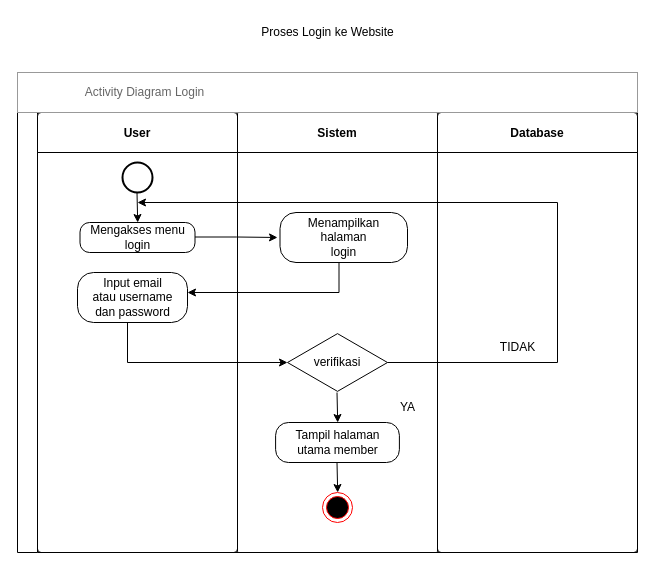
Earlier version of the draw.io diagram page "Page-14" (35 of 64) of Untitled Diagram.drawio (Jeremia0910/SJSI). Source tidied: cells renumbered, new cells numbered last; positions are measured from the earlier drawing's top-left corner, leaving out a move shared by most shapes. Both pictures are drawn from the tidied source at 100%, with x=0, y=0 at pixel (17, 17).
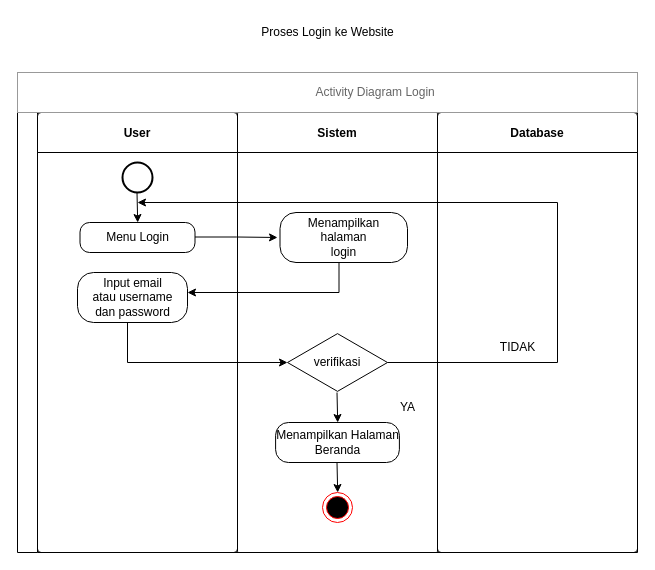
After the change.

Unchanged cells that the change refers to:
```xml
<mxCell id="3" value="User" style="swimlane;startSize=40;rounded=1;arcSize=3;" parent="2" vertex="1">
  <mxGeometry x="20" width="200" height="440" as="geometry" />
</mxCell>
<mxCell id="8" value="Sistem" style="swimlane;startSize=40;rounded=1;arcSize=1;" parent="2" vertex="1">
  <mxGeometry x="220" width="200" height="440" as="geometry" />
</mxCell>
```

The edit, as a diff of the source:
```diff
@@
-    <mxCell id="6" value="&lt;div&gt;Mengakses menu&lt;/div&gt;&lt;div&gt;login&lt;br&gt;&lt;/div&gt;" style="html=1;dashed=0;whitespace=wrap;rounded=1;arcSize=32;" parent="3" vertex="1">
+    <mxCell id="6" value="Menu Login" style="html=1;dashed=0;whitespace=wrap;rounded=1;arcSize=32;" parent="3" vertex="1">
       <mxGeometry x="42.5" y="110" width="115" height="30" as="geometry" />
     </mxCell>
@@
-    <mxCell id="16" value="&lt;div&gt;Tampil halaman &lt;br&gt;&lt;/div&gt;&lt;div&gt;utama member&lt;br&gt;&lt;/div&gt;" style="html=1;dashed=0;whitespace=wrap;rounded=1;arcSize=32;" parent="8" vertex="1">
+    <mxCell id="16" value="&lt;div&gt;Menampilkan Halaman&lt;/div&gt;&lt;div&gt;Beranda&lt;br&gt;&lt;/div&gt;" style="html=1;dashed=0;whitespace=wrap;rounded=1;arcSize=32;" parent="8" vertex="1">
       <mxGeometry x="38.1" y="310" width="123.8" height="40" as="geometry" />
     </mxCell>
@@
-    <mxCell id="22" value="&lt;span style=&quot;white-space: pre;&quot;&gt; &lt;/span&gt;&lt;span style=&quot;white-space: pre;&quot;&gt; &lt;/span&gt;&lt;span style=&quot;white-space: pre;&quot;&gt; &lt;/span&gt;&lt;span style=&quot;white-space: pre;&quot;&gt; &lt;/span&gt;&lt;span style=&quot;white-space: pre;&quot;&gt; &lt;/span&gt;&lt;span style=&quot;white-space: pre;&quot;&gt; &lt;/span&gt;&lt;span style=&quot;white-space: pre;&quot;&gt; &lt;/span&gt;&lt;span style=&quot;white-space: pre;&quot;&gt; &lt;/span&gt;&lt;span style=&quot;white-space: pre;&quot;&gt; &lt;/span&gt;&lt;span style=&quot;white-space: pre;&quot;&gt; &lt;span style=&quot;white-space: pre;&quot;&gt; &lt;/span&gt;&lt;span style=&quot;white-space: pre;&quot;&gt; &lt;/span&gt;&lt;span style=&quot;white-space: pre;&quot;&gt; &lt;/span&gt;&lt;span style=&quot;white-space: pre;&quot;&gt; &lt;/span&gt;&lt;span style=&quot;white-space: pre;&quot;&gt; &lt;/span&gt;&lt;span style=&quot;white-space: pre;&quot;&gt; &lt;/span&gt;&lt;span style=&quot;white-space: pre;&quot;&gt; &lt;/span&gt;&lt;span style=&quot;white-space: pre;&quot;&gt; &lt;/span&gt;&lt;span style=&quot;white-space: pre;&quot;&gt; &lt;/span&gt;&lt;/span&gt;Activity Diagram Login" style="strokeWidth=1;shadow=0;dashed=0;align=center;html=1;shape=mxgraph.mockup.forms.rrect;fillColor=#ffffff;rSize=0;fontColor=#666666;align=left;spacingLeft=3;strokeColor=#999999;" parent="1" vertex="1">
+    <mxCell id="22" value="&lt;div align=&quot;center&quot;&gt;&lt;span style=&quot;white-space: pre;&quot;&gt; &lt;/span&gt;&lt;span style=&quot;white-space: pre;&quot;&gt; &lt;/span&gt;&lt;span style=&quot;white-space: pre;&quot;&gt; &lt;/span&gt;&lt;span style=&quot;white-space: pre;&quot;&gt; &lt;/span&gt;&lt;span style=&quot;white-space: pre;&quot;&gt; &lt;/span&gt;&lt;span style=&quot;white-space: pre;&quot;&gt; &lt;/span&gt;&lt;span style=&quot;white-space: pre;&quot;&gt; &lt;/span&gt;&lt;span style=&quot;white-space: pre;&quot;&gt; &lt;/span&gt;&lt;span style=&quot;white-space: pre;&quot;&gt; &lt;/span&gt;&lt;span style=&quot;white-space: pre;&quot;&gt; &lt;span style=&quot;white-space: pre;&quot;&gt; &lt;/span&gt;&lt;span style=&quot;white-space: pre;&quot;&gt; &lt;/span&gt;&lt;span style=&quot;white-space: pre;&quot;&gt; &lt;/span&gt;&lt;span style=&quot;white-space: pre;&quot;&gt; &lt;/span&gt;&lt;span style=&quot;white-space: pre;&quot;&gt; &lt;/span&gt;&lt;span style=&quot;white-space: pre;&quot;&gt; &lt;/span&gt;&lt;span style=&quot;white-space: pre;&quot;&gt; &lt;/span&gt;&lt;span style=&quot;white-space: pre;&quot;&gt; &lt;/span&gt;&lt;span style=&quot;white-space: pre;&quot;&gt; &lt;/span&gt;&lt;/span&gt;&lt;span style=&quot;white-space: pre;&quot;&gt;&#9;&lt;/span&gt;&lt;span style=&quot;white-space: pre;&quot;&gt;&#9;&lt;/span&gt;&lt;span style=&quot;white-space: pre;&quot;&gt;&#9;&lt;/span&gt;&lt;span style=&quot;white-space: pre;&quot;&gt;&#9;&lt;/span&gt;&lt;span style=&quot;white-space: pre;&quot;&gt;&#9;&lt;/span&gt;&lt;span style=&quot;white-space: pre;&quot;&gt;&#9;&lt;/span&gt;&lt;span style=&quot;white-space: pre;&quot;&gt;&#9;&lt;/span&gt;&lt;span style=&quot;white-space: pre;&quot;&gt;&#9;&lt;/span&gt;&lt;span style=&quot;white-space: pre;&quot;&gt;&#9;&lt;/span&gt;Activity Diagram Login&lt;/div&gt;" style="strokeWidth=1;shadow=0;dashed=0;align=center;html=1;shape=mxgraph.mockup.forms.rrect;fillColor=#ffffff;rSize=0;fontColor=#666666;align=left;spacingLeft=3;strokeColor=#999999;" parent="1" vertex="1">
       <mxGeometry y="55" width="620" height="40" as="geometry" />
     </mxCell>
```
